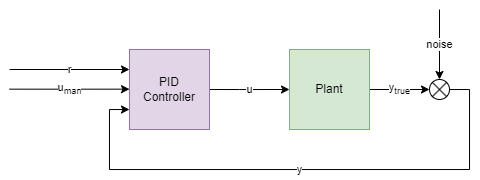
The draw.io diagram Control/Diagrams/PIDBlockDiagram.png in jonathancurrie/gnc-tools, before a commit. Source tidied: cells renumbered, new cells last; positions are measured from the earlier drawing's top-left corner, leaving out a move shared by most shapes. Source of this version:
```xml
<mxGraphModel>
  <root>
    <mxCell id="0" />
    <mxCell id="1" parent="0" />
    <mxCell id="2" value="y&lt;sub&gt;true&lt;/sub&gt;" style="edgeStyle=orthogonalEdgeStyle;rounded=0;jettySize=auto;html=1;exitX=1;exitY=0.5;exitDx=0;exitDy=0;entryX=0;entryY=0.5;entryDx=0;entryDy=0;" parent="1" edge="1" source="3" target="8">
      <mxGeometry relative="1" as="geometry" />
    </mxCell>
    <mxCell id="3" value="Plant" style="rounded=0;whiteSpace=wrap;html=1;fillColor=#d5e8d4;strokeColor=#82b366;" parent="1" vertex="1">
      <mxGeometry x="280" y="40" width="80" height="80" as="geometry" />
    </mxCell>
    <mxCell id="4" value="u" style="edgeStyle=orthogonalEdgeStyle;rounded=0;jettySize=auto;html=1;exitX=1;exitY=0.5;exitDx=0;exitDy=0;entryX=0;entryY=0.5;entryDx=0;entryDy=0;" parent="1" edge="1" source="6" target="3">
      <mxGeometry relative="1" as="geometry">
        <Array as="points">
          <mxPoint x="230" y="80" />
          <mxPoint x="230" y="80" />
        </Array>
      </mxGeometry>
    </mxCell>
    <mxCell id="5" value="r" style="edgeStyle=orthogonalEdgeStyle;rounded=0;jettySize=auto;html=1;entryX=0;entryY=0.25;entryDx=0;entryDy=0;" parent="1" edge="1" target="6">
      <mxGeometry relative="1" as="geometry">
        <mxPoint y="60" as="sourcePoint" />
      </mxGeometry>
    </mxCell>
    <mxCell id="6" value="PID&lt;br&gt;Controller" style="rounded=0;whiteSpace=wrap;html=1;fillColor=#e1d5e7;strokeColor=#9673a6;" parent="1" vertex="1">
      <mxGeometry x="120" y="40" width="80" height="80" as="geometry" />
    </mxCell>
    <mxCell id="7" value="y" style="edgeStyle=orthogonalEdgeStyle;rounded=0;jettySize=auto;html=1;exitX=1;exitY=0.5;exitDx=0;exitDy=0;entryX=0;entryY=0.75;entryDx=0;entryDy=0;" parent="1" edge="1" source="8" target="6">
      <mxGeometry relative="1" as="geometry">
        <Array as="points">
          <mxPoint x="460" y="80" />
          <mxPoint x="460" y="160" />
          <mxPoint x="100" y="160" />
          <mxPoint x="100" y="100" />
        </Array>
      </mxGeometry>
    </mxCell>
    <mxCell id="8" style="shape=sumEllipse;perimeter=ellipsePerimeter;whiteSpace=wrap;html=1;backgroundOutline=1;" parent="1" vertex="1">
      <mxGeometry x="420" y="70" width="20" height="20" as="geometry" />
    </mxCell>
    <mxCell id="9" value="u&lt;sub&gt;man&lt;/sub&gt;" style="edgeStyle=orthogonalEdgeStyle;rounded=0;orthogonalLoop=1;jettySize=auto;html=1;entryX=0;entryY=0.25;entryDx=0;entryDy=0;" parent="1" edge="1">
      <mxGeometry relative="1" as="geometry">
        <mxPoint y="79.7" as="sourcePoint" />
        <mxPoint x="120" y="79.7" as="targetPoint" />
        <Array as="points">
          <mxPoint x="60" y="79.7" />
          <mxPoint x="60" y="79.7" />
        </Array>
      </mxGeometry>
    </mxCell>
    <mxCell id="10" value="noise" style="edgeStyle=orthogonalEdgeStyle;rounded=0;jettySize=auto;html=1;entryX=0.5;entryY=0;entryDx=0;entryDy=0;" parent="1" edge="1" target="8">
      <mxGeometry relative="1" as="geometry">
        <mxPoint x="430" as="sourcePoint" />
      </mxGeometry>
    </mxCell>
  </root>
</mxGraphModel>
```
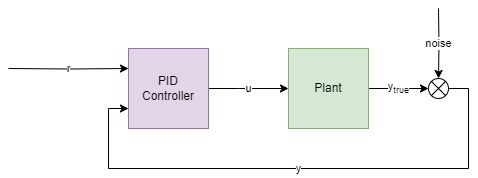
Above is the later version.

The edit, as a diff of the source:
```diff
@@ -37,16 +37,6 @@
     <mxCell id="8" style="shape=sumEllipse;perimeter=ellipsePerimeter;whiteSpace=wrap;html=1;backgroundOutline=1;" parent="1" vertex="1">
       <mxGeometry x="420" y="70" width="20" height="20" as="geometry" />
     </mxCell>
-    <mxCell id="9" value="u&lt;sub&gt;man&lt;/sub&gt;" style="edgeStyle=orthogonalEdgeStyle;rounded=0;orthogonalLoop=1;jettySize=auto;html=1;entryX=0;entryY=0.25;entryDx=0;entryDy=0;" parent="1" edge="1">
-      <mxGeometry relative="1" as="geometry">
-        <mxPoint y="79.7" as="sourcePoint" />
-        <mxPoint x="120" y="79.7" as="targetPoint" />
-        <Array as="points">
-          <mxPoint x="60" y="79.7" />
-          <mxPoint x="60" y="79.7" />
-        </Array>
-      </mxGeometry>
-    </mxCell>
     <mxCell id="10" value="noise" style="edgeStyle=orthogonalEdgeStyle;rounded=0;jettySize=auto;html=1;entryX=0.5;entryY=0;entryDx=0;entryDy=0;" parent="1" edge="1" target="8">
       <mxGeometry relative="1" as="geometry">
         <mxPoint x="430" as="sourcePoint" />
```
